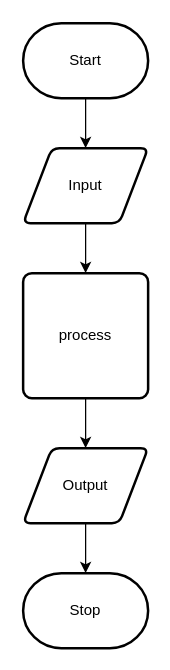
The draw.io diagram design/flow-chart.drawio in brennan-lee/ICS20-3-02-Volume-of-a-Pyramid, before the edit. Source tidied: cells renumbered, new cells numbered last; positions are measured from the earlier drawing's top-left corner, leaving out a move shared by most shapes. Both pictures are drawn from the tidied source at 125%, with x=0, y=0 at pixel (22, 22).
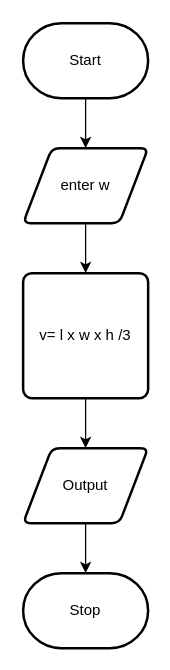
After the change.

The edit, as a diff of the source:
```diff
@@
 <mxGraphModel>
   <root>
     <mxCell id="0" />
     <mxCell id="1" parent="0" />
     <mxCell id="2" style="edgeStyle=none;html=1;" parent="1" edge="1" source="3" target="5">
       <mxGeometry relative="1" as="geometry" />
     </mxCell>
     <mxCell id="3" value="Start" style="strokeWidth=2;html=1;shape=mxgraph.flowchart.terminator;whiteSpace=wrap;" parent="1" vertex="1">
       <mxGeometry width="100" height="60" as="geometry" />
     </mxCell>
     <mxCell id="4" style="edgeStyle=none;html=1;" parent="1" edge="1" source="5" target="7">
       <mxGeometry relative="1" as="geometry" />
     </mxCell>
-    <mxCell id="5" value="Input" style="shape=parallelogram;html=1;strokeWidth=2;perimeter=parallelogramPerimeter;whiteSpace=wrap;rounded=1;arcSize=12;size=0.23;" parent="1" vertex="1">
+    <mxCell id="5" value="enter w" style="shape=parallelogram;html=1;strokeWidth=2;perimeter=parallelogramPerimeter;whiteSpace=wrap;rounded=1;arcSize=12;size=0.23;" parent="1" vertex="1">
       <mxGeometry y="100" width="100" height="60" as="geometry" />
     </mxCell>
     <mxCell id="6" style="edgeStyle=none;html=1;" parent="1" edge="1" source="7" target="9">
       <mxGeometry relative="1" as="geometry" />
     </mxCell>
-    <mxCell id="7" value="process" style="rounded=1;whiteSpace=wrap;html=1;absoluteArcSize=1;arcSize=14;strokeWidth=2;" parent="1" vertex="1">
+    <mxCell id="7" value="v= l x w x h /3" style="rounded=1;whiteSpace=wrap;html=1;absoluteArcSize=1;arcSize=14;strokeWidth=2;" parent="1" vertex="1">
       <mxGeometry y="200" width="100" height="100" as="geometry" />
     </mxCell>
     <mxCell id="8" style="edgeStyle=none;html=1;" parent="1" edge="1" source="9" target="10">
       <mxGeometry relative="1" as="geometry" />
     </mxCell>
     <mxCell id="9" value="Output" style="shape=parallelogram;html=1;strokeWidth=2;perimeter=parallelogramPerimeter;whiteSpace=wrap;rounded=1;arcSize=12;size=0.23;" parent="1" vertex="1">
       <mxGeometry y="340" width="100" height="60" as="geometry" />
     </mxCell>
     <mxCell id="10" value="Stop" style="strokeWidth=2;html=1;shape=mxgraph.flowchart.terminator;whiteSpace=wrap;" parent="1" vertex="1">
       <mxGeometry y="440" width="100" height="60" as="geometry" />
     </mxCell>
   </root>
 </mxGraphModel>
```
